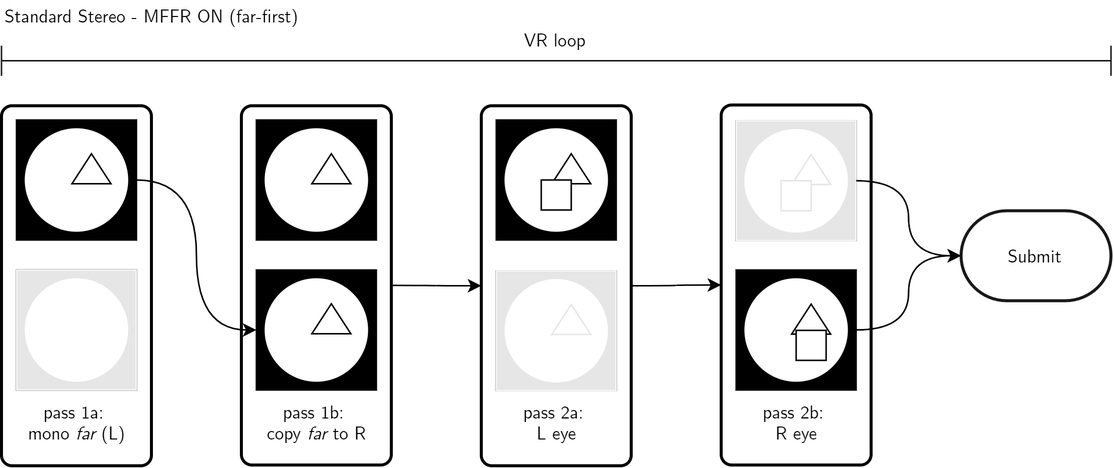
Earlier version of the draw.io export Thesis/pictures/MFFR_farfirst.png (HavocInferno/VulCulling_Doc). Source tidied: cells renumbered, new cells last; positions are measured from the earlier drawing's top-left corner, leaving out a move shared by most shapes.
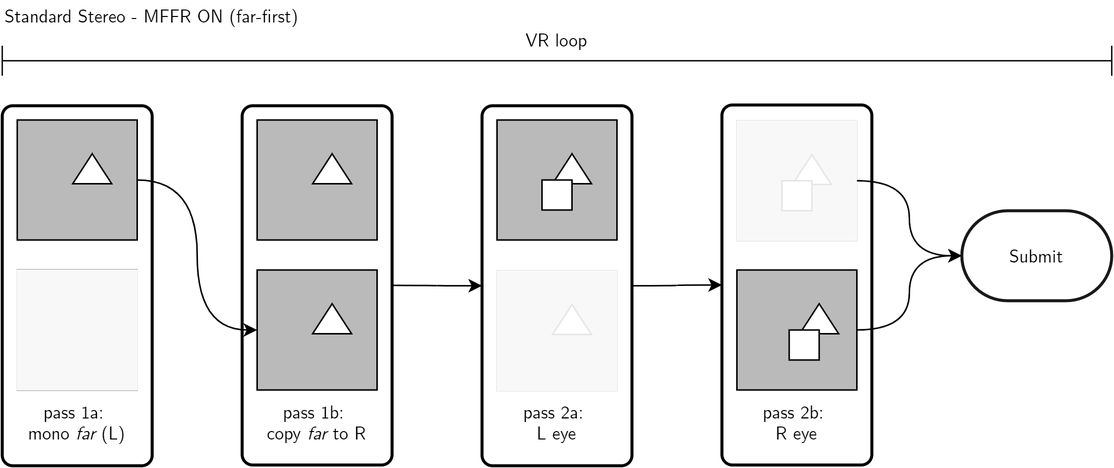
After the change.

Commit message:
update/fix MFFR/MView flowcharts

Diff of the diagram source:
```diff
@@ -17,140 +17,148 @@
     <mxCell id="6" style="group;" parent="5" vertex="1">
       <mxGeometry x="10" y="9.5" width="80" height="80" as="geometry" />
     </mxCell>
-    <mxCell id="7" style="whiteSpace=wrap;html=1;fillColor=#000000;" parent="6" vertex="1">
+    <mxCell id="7" style="whiteSpace=wrap;html=1;fillColor=#BABABA;" parent="6" vertex="1">
       <mxGeometry width="80" height="80" as="geometry" />
     </mxCell>
-    <mxCell id="8" style="ellipse;whiteSpace=wrap;html=1;fillColor=#FFFFFF;" parent="6" vertex="1">
-      <mxGeometry x="5" y="5" width="70" height="70" as="geometry" />
+    <mxCell id="8" style="triangle;whiteSpace=wrap;html=1;fillColor=#FFFFFF;rotation=-90;" parent="6" vertex="1">
+      <mxGeometry x="40" y="19.5" width="20" height="26" as="geometry" />
     </mxCell>
-    <mxCell id="9" style="triangle;whiteSpace=wrap;html=1;fillColor=#FFFFFF;rotation=-90;" parent="6" vertex="1">
-      <mxGeometry x="40" y="19.5" width="20" height="26" as="geometry" />
+    <mxCell id="9" value="&lt;font face=&quot;Computer Modern&quot;&gt;&lt;br&gt;&lt;br&gt;&lt;br&gt;&lt;br&gt;&lt;br&gt;&lt;br&gt;&lt;br&gt;&lt;br&gt;&lt;br&gt;&lt;br&gt;&lt;br&gt;&lt;br&gt;&lt;br&gt;pass 1a:&amp;nbsp;&lt;br&gt;mono &lt;i&gt;far&lt;/i&gt; (L)&lt;/font&gt;" style="rounded=1;whiteSpace=wrap;html=1;absoluteArcSize=1;arcSize=14;strokeWidth=2;" parent="2" vertex="1">
+      <mxGeometry y="70" width="100" height="240" as="geometry" />
     </mxCell>
-    <mxCell id="10" value="&lt;font face=&quot;Computer Modern&quot;&gt;&lt;br&gt;&lt;br&gt;&lt;br&gt;&lt;br&gt;&lt;br&gt;&lt;br&gt;&lt;br&gt;&lt;br&gt;&lt;br&gt;&lt;br&gt;&lt;br&gt;&lt;br&gt;&lt;br&gt;pass 1a:&amp;nbsp;&lt;br&gt;mono &lt;i&gt;far&lt;/i&gt; (L)&lt;/font&gt;" style="rounded=1;whiteSpace=wrap;html=1;absoluteArcSize=1;arcSize=14;strokeWidth=2;" parent="2" vertex="1">
-      <mxGeometry y="70" width="100" height="240" as="geometry" />
+    <mxCell id="10" style="group;" parent="2" vertex="1">
+      <mxGeometry x="10" y="79.5" width="80" height="80" as="geometry" />
     </mxCell>
-    <mxCell id="11" style="group;" parent="2" vertex="1">
-      <mxGeometry x="10" y="79.5" width="80" height="80" as="geometry" />
+    <mxCell id="11" style="whiteSpace=wrap;html=1;fillColor=#BABABA;" parent="10" vertex="1">
+      <mxGeometry width="80" height="80" as="geometry" />
     </mxCell>
-    <mxCell id="12" style="whiteSpace=wrap;html=1;fillColor=#000000;" parent="11" vertex="1">
-      <mxGeometry width="80" height="80" as="geometry" />
+    <mxCell id="12" style="triangle;whiteSpace=wrap;html=1;fillColor=#FFFFFF;rotation=-90;" parent="10" vertex="1">
+      <mxGeometry x="40" y="19.5" width="20" height="26" as="geometry" />
     </mxCell>
-    <mxCell id="13" style="ellipse;whiteSpace=wrap;html=1;fillColor=#FFFFFF;" parent="11" vertex="1">
-      <mxGeometry x="5" y="5" width="70" height="70" as="geometry" />
+    <mxCell id="13" style="edgeStyle=orthogonalEdgeStyle;curved=1;rounded=0;jettySize=auto;html=1;exitX=1;exitY=0.5;exitDx=0;exitDy=0;entryX=0;entryY=0.5;entryDx=0;entryDy=0;" parent="2" edge="1" source="11" target="52">
+      <mxGeometry relative="1" as="geometry" />
     </mxCell>
-    <mxCell id="14" style="triangle;whiteSpace=wrap;html=1;fillColor=#FFFFFF;rotation=-90;" parent="11" vertex="1">
-      <mxGeometry x="40" y="19.5" width="20" height="26" as="geometry" />
+    <mxCell id="14" value="&lt;font face=&quot;Computer Modern&quot;&gt;&lt;br&gt;&lt;br&gt;&lt;br&gt;&lt;br&gt;&lt;br&gt;&lt;br&gt;&lt;br&gt;&lt;br&gt;&lt;br&gt;&lt;br&gt;&lt;br&gt;&lt;br&gt;&lt;br&gt;pass 2a:&amp;nbsp;&lt;br&gt;L eye&lt;/font&gt;" style="rounded=1;whiteSpace=wrap;html=1;absoluteArcSize=1;arcSize=14;strokeWidth=2;" parent="2" vertex="1">
+      <mxGeometry x="320" y="70" width="100" height="240" as="geometry" />
     </mxCell>
     <mxCell id="15" style="group;" parent="2" vertex="1">
-      <mxGeometry x="170" y="179.5" width="80" height="80" as="geometry" />
+      <mxGeometry x="330" y="79.5" width="80" height="80" as="geometry" />
     </mxCell>
-    <mxCell id="16" style="whiteSpace=wrap;html=1;fillColor=#000000;" parent="15" vertex="1">
+    <mxCell id="16" style="whiteSpace=wrap;html=1;fillColor=#BABABA;" parent="15" vertex="1">
       <mxGeometry width="80" height="80" as="geometry" />
     </mxCell>
-    <mxCell id="17" style="ellipse;whiteSpace=wrap;html=1;fillColor=#FFFFFF;" parent="15" vertex="1">
-      <mxGeometry x="5" y="5" width="70" height="70" as="geometry" />
+    <mxCell id="17" style="triangle;whiteSpace=wrap;html=1;fillColor=#FFFFFF;rotation=-90;" parent="15" vertex="1">
+      <mxGeometry x="40" y="19.5" width="20" height="26" as="geometry" />
     </mxCell>
-    <mxCell id="18" style="triangle;whiteSpace=wrap;html=1;fillColor=#FFFFFF;rotation=-90;" parent="15" vertex="1">
-      <mxGeometry x="40" y="19.5" width="20" height="26" as="geometry" />
+    <mxCell id="18" style="whiteSpace=wrap;html=1;fillColor=#FFFFFF;" parent="15" vertex="1">
+      <mxGeometry x="30" y="40" width="20" height="20" as="geometry" />
     </mxCell>
-    <mxCell id="19" style="edgeStyle=orthogonalEdgeStyle;curved=1;rounded=0;jettySize=auto;html=1;exitX=1;exitY=0.5;exitDx=0;exitDy=0;entryX=0;entryY=0.5;entryDx=0;entryDy=0;" parent="2" edge="1" source="12" target="16">
-      <mxGeometry relative="1" as="geometry" />
+    <mxCell id="19" value="&lt;font face=&quot;Computer Modern&quot;&gt;&lt;br&gt;&lt;br&gt;&lt;br&gt;&lt;br&gt;&lt;br&gt;&lt;br&gt;&lt;br&gt;&lt;br&gt;&lt;br&gt;&lt;br&gt;&lt;br&gt;&lt;br&gt;&lt;br&gt;pass 2b:&amp;nbsp;&lt;br&gt;R eye&lt;/font&gt;" style="rounded=1;whiteSpace=wrap;html=1;absoluteArcSize=1;arcSize=14;strokeWidth=2;" parent="2" vertex="1">
+      <mxGeometry x="480" y="69.5" width="100" height="240" as="geometry" />
     </mxCell>
-    <mxCell id="20" value="&lt;font face=&quot;Computer Modern&quot;&gt;&lt;br&gt;&lt;br&gt;&lt;br&gt;&lt;br&gt;&lt;br&gt;&lt;br&gt;&lt;br&gt;&lt;br&gt;&lt;br&gt;&lt;br&gt;&lt;br&gt;&lt;br&gt;&lt;br&gt;pass 2a:&amp;nbsp;&lt;br&gt;L eye&lt;/font&gt;" style="rounded=1;whiteSpace=wrap;html=1;absoluteArcSize=1;arcSize=14;strokeWidth=2;" parent="2" vertex="1">
-      <mxGeometry x="320" y="70" width="100" height="240" as="geometry" />
+    <mxCell id="20" style="group;" parent="2" vertex="1">
+      <mxGeometry x="490" y="179.5" width="80" height="80" as="geometry" />
     </mxCell>
-    <mxCell id="21" style="group;" parent="2" vertex="1">
-      <mxGeometry x="330" y="79.5" width="80" height="80" as="geometry" />
+    <mxCell id="21" style="whiteSpace=wrap;html=1;fillColor=#BABABA;" parent="20" vertex="1">
+      <mxGeometry width="80" height="80" as="geometry" />
     </mxCell>
-    <mxCell id="22" style="whiteSpace=wrap;html=1;fillColor=#000000;" parent="21" vertex="1">
-      <mxGeometry width="80" height="80" as="geometry" />
+    <mxCell id="22" style="triangle;whiteSpace=wrap;html=1;fillColor=#FFFFFF;rotation=-90;" parent="20" vertex="1">
+      <mxGeometry x="44.9" y="19.5" width="20" height="26" as="geometry" />
     </mxCell>
-    <mxCell id="23" style="ellipse;whiteSpace=wrap;html=1;fillColor=#FFFFFF;" parent="21" vertex="1">
-      <mxGeometry x="5" y="5" width="70" height="70" as="geometry" />
+    <mxCell id="23" style="whiteSpace=wrap;html=1;fillColor=#FFFFFF;" parent="20" vertex="1">
+      <mxGeometry x="34.9" y="40" width="20" height="20" as="geometry" />
     </mxCell>
-    <mxCell id="24" style="triangle;whiteSpace=wrap;html=1;fillColor=#FFFFFF;rotation=-90;" parent="21" vertex="1">
-      <mxGeometry x="40" y="19.5" width="20" height="26" as="geometry" />
+    <mxCell id="24" style="edgeStyle=orthogonalEdgeStyle;curved=1;rounded=0;jettySize=auto;html=1;exitX=1;exitY=0.5;exitDx=0;exitDy=0;entryX=0;entryY=0.5;entryDx=0;entryDy=0;" parent="2" edge="1" source="4" target="14">
+      <mxGeometry relative="1" as="geometry" />
     </mxCell>
-    <mxCell id="25" style="whiteSpace=wrap;html=1;fillColor=#FFFFFF;" parent="21" vertex="1">
-      <mxGeometry x="30" y="40" width="20" height="20" as="geometry" />
+    <mxCell id="25" style="edgeStyle=orthogonalEdgeStyle;curved=1;rounded=0;jettySize=auto;html=1;exitX=1;exitY=0.5;exitDx=0;exitDy=0;entryX=0;entryY=0.5;entryDx=0;entryDy=0;" parent="2" edge="1" source="14" target="19">
+      <mxGeometry relative="1" as="geometry" />
     </mxCell>
-    <mxCell id="26" value="&lt;font face=&quot;Computer Modern&quot;&gt;&lt;br&gt;&lt;br&gt;&lt;br&gt;&lt;br&gt;&lt;br&gt;&lt;br&gt;&lt;br&gt;&lt;br&gt;&lt;br&gt;&lt;br&gt;&lt;br&gt;&lt;br&gt;&lt;br&gt;pass 2b:&amp;nbsp;&lt;br&gt;R eye&lt;/font&gt;" style="rounded=1;whiteSpace=wrap;html=1;absoluteArcSize=1;arcSize=14;strokeWidth=2;" parent="2" vertex="1">
-      <mxGeometry x="480" y="69.5" width="100" height="240" as="geometry" />
+    <mxCell id="26" style="whiteSpace=wrap;html=1;fillColor=#000000;" parent="2" vertex="1">
+      <mxGeometry x="10" y="179.5" width="80" height="80" as="geometry" />
     </mxCell>
-    <mxCell id="27" style="group;" parent="2" vertex="1">
-      <mxGeometry x="490" y="179.5" width="80" height="80" as="geometry" />
+    <mxCell id="27" style="ellipse;whiteSpace=wrap;html=1;fillColor=#FFFFFF;" parent="2" vertex="1">
+      <mxGeometry x="15" y="184.5" width="70" height="70" as="geometry" />
     </mxCell>
-    <mxCell id="28" style="whiteSpace=wrap;html=1;fillColor=#000000;" parent="27" vertex="1">
-      <mxGeometry width="80" height="80" as="geometry" />
+    <mxCell id="28" style="whiteSpace=wrap;html=1;fillColor=#FFFFFF;opacity=90;strokeColor=#FFFFFF;" parent="2" vertex="1">
+      <mxGeometry x="10" y="179.5" width="80" height="80" as="geometry" />
     </mxCell>
-    <mxCell id="29" style="ellipse;whiteSpace=wrap;html=1;fillColor=#FFFFFF;" parent="27" vertex="1">
-      <mxGeometry x="5" y="5" width="70" height="70" as="geometry" />
+    <mxCell id="29" style="group;" parent="2" vertex="1">
+      <mxGeometry x="330" y="180" width="80" height="80" as="geometry" />
     </mxCell>
-    <mxCell id="30" style="triangle;whiteSpace=wrap;html=1;fillColor=#FFFFFF;rotation=-90;" parent="27" vertex="1">
-      <mxGeometry x="40" y="19.8" width="20" height="26" as="geometry" />
+    <mxCell id="30" style="whiteSpace=wrap;html=1;fillColor=#000000;" parent="29" vertex="1">
+      <mxGeometry width="80" height="80" as="geometry" />
     </mxCell>
-    <mxCell id="31" style="whiteSpace=wrap;html=1;fillColor=#FFFFFF;" parent="27" vertex="1">
-      <mxGeometry x="40" y="40.2" width="20" height="20" as="geometry" />
+    <mxCell id="31" style="ellipse;whiteSpace=wrap;html=1;fillColor=#FFFFFF;" parent="29" vertex="1">
+      <mxGeometry x="5" y="5" width="70" height="70" as="geometry" />
     </mxCell>
-    <mxCell id="32" style="edgeStyle=orthogonalEdgeStyle;curved=1;rounded=0;jettySize=auto;html=1;exitX=1;exitY=0.5;exitDx=0;exitDy=0;entryX=0;entryY=0.5;entryDx=0;entryDy=0;" parent="2" edge="1" source="4" target="20">
-      <mxGeometry relative="1" as="geometry" />
+    <mxCell id="32" style="triangle;whiteSpace=wrap;html=1;fillColor=#FFFFFF;rotation=-90;" parent="29" vertex="1">
+      <mxGeometry x="40" y="19.5" width="20" height="26" as="geometry" />
     </mxCell>
-    <mxCell id="33" style="edgeStyle=orthogonalEdgeStyle;curved=1;rounded=0;jettySize=auto;html=1;exitX=1;exitY=0.5;exitDx=0;exitDy=0;entryX=0;entryY=0.5;entryDx=0;entryDy=0;" parent="2" edge="1" source="20" target="26">
-      <mxGeometry relative="1" as="geometry" />
+    <mxCell id="33" style="whiteSpace=wrap;html=1;fillColor=#FFFFFF;opacity=90;strokeColor=#FFFFFF;" parent="29" vertex="1">
+      <mxGeometry width="80" height="80" as="geometry" />
     </mxCell>
-    <mxCell id="34" style="whiteSpace=wrap;html=1;fillColor=#000000;" parent="2" vertex="1">
-      <mxGeometry x="10" y="179.5" width="80" height="80" as="geometry" />
+    <mxCell id="34" style="group;" parent="29" vertex="1">
+      <mxGeometry width="80" height="80" as="geometry" />
     </mxCell>
-    <mxCell id="35" style="ellipse;whiteSpace=wrap;html=1;fillColor=#FFFFFF;" parent="2" vertex="1">
-      <mxGeometry x="15" y="184.5" width="70" height="70" as="geometry" />
+    <mxCell id="35" style="group;" parent="34" vertex="1">
+      <mxGeometry width="80" height="80" as="geometry" />
     </mxCell>
-    <mxCell id="36" style="whiteSpace=wrap;html=1;fillColor=#FFFFFF;opacity=90;strokeColor=#FFFFFF;" parent="2" vertex="1">
-      <mxGeometry x="10" y="179.5" width="80" height="80" as="geometry" />
+    <mxCell id="36" style="whiteSpace=wrap;html=1;fillColor=#BABABA;" parent="35" vertex="1">
+      <mxGeometry width="80" height="80" as="geometry" />
     </mxCell>
-    <mxCell id="37" style="group;" parent="2" vertex="1">
-      <mxGeometry x="330" y="180" width="80" height="80" as="geometry" />
+    <mxCell id="37" style="triangle;whiteSpace=wrap;html=1;fillColor=#FFFFFF;rotation=-90;" parent="35" vertex="1">
+      <mxGeometry x="40" y="19.5" width="20" height="26" as="geometry" />
     </mxCell>
-    <mxCell id="38" style="whiteSpace=wrap;html=1;fillColor=#000000;" parent="37" vertex="1">
+    <mxCell id="38" style="whiteSpace=wrap;html=1;fillColor=#FFFFFF;opacity=90;strokeColor=#FFFFFF;" parent="35" vertex="1">
       <mxGeometry width="80" height="80" as="geometry" />
     </mxCell>
-    <mxCell id="39" style="ellipse;whiteSpace=wrap;html=1;fillColor=#FFFFFF;" parent="37" vertex="1">
-      <mxGeometry x="5" y="5" width="70" height="70" as="geometry" />
+    <mxCell id="39" style="group;" parent="2" vertex="1">
+      <mxGeometry x="490" y="80" width="80" height="80" as="geometry" />
     </mxCell>
-    <mxCell id="40" style="triangle;whiteSpace=wrap;html=1;fillColor=#FFFFFF;rotation=-90;" parent="37" vertex="1">
-      <mxGeometry x="40" y="19.5" width="20" height="26" as="geometry" />
+    <mxCell id="40" style="whiteSpace=wrap;html=1;fillColor=#BABABA;" parent="39" vertex="1">
+      <mxGeometry width="80" height="80" as="geometry" />
     </mxCell>
-    <mxCell id="41" style="whiteSpace=wrap;html=1;fillColor=#FFFFFF;opacity=90;strokeColor=#FFFFFF;" parent="37" vertex="1">
-      <mxGeometry width="80" height="80" as="geometry" />
+    <mxCell id="41" style="triangle;whiteSpace=wrap;html=1;fillColor=#FFFFFF;rotation=-90;" parent="39" vertex="1">
+      <mxGeometry x="40" y="19.5" width="20" height="26" as="geometry" />
     </mxCell>
-    <mxCell id="42" style="group;" parent="2" vertex="1">
-      <mxGeometry x="490" y="80" width="80" height="80" as="geometry" />
+    <mxCell id="42" style="whiteSpace=wrap;html=1;fillColor=#FFFFFF;" parent="39" vertex="1">
+      <mxGeometry x="30" y="40" width="20" height="20" as="geometry" />
     </mxCell>
-    <mxCell id="43" style="whiteSpace=wrap;html=1;fillColor=#000000;" parent="42" vertex="1">
+    <mxCell id="43" style="whiteSpace=wrap;html=1;fillColor=#FFFFFF;opacity=90;strokeColor=#FFFFFF;" parent="39" vertex="1">
       <mxGeometry width="80" height="80" as="geometry" />
     </mxCell>
-    <mxCell id="44" style="ellipse;whiteSpace=wrap;html=1;fillColor=#FFFFFF;" parent="42" vertex="1">
-      <mxGeometry x="5" y="5" width="70" height="70" as="geometry" />
+    <mxCell id="44" value="&lt;font face=&quot;Computer Modern&quot;&gt;Submit&lt;/font&gt;" style="strokeWidth=2;html=1;shape=mxgraph.flowchart.terminator;whiteSpace=wrap;fillColor=#FFFFFF;opacity=90;" parent="2" vertex="1">
+      <mxGeometry x="640" y="140" width="100" height="60" as="geometry" />
     </mxCell>
-    <mxCell id="45" style="triangle;whiteSpace=wrap;html=1;fillColor=#FFFFFF;rotation=-90;" parent="42" vertex="1">
-      <mxGeometry x="40" y="19.5" width="20" height="26" as="geometry" />
+    <mxCell id="45" style="edgeStyle=orthogonalEdgeStyle;curved=1;rounded=0;jettySize=auto;html=1;exitX=1;exitY=0.5;exitDx=0;exitDy=0;entryX=0;entryY=0.5;entryDx=0;entryDy=0;entryPerimeter=0;" parent="2" edge="1" source="21" target="44">
+      <mxGeometry relative="1" as="geometry" />
     </mxCell>
-    <mxCell id="46" style="whiteSpace=wrap;html=1;fillColor=#FFFFFF;" parent="42" vertex="1">
-      <mxGeometry x="30" y="40" width="20" height="20" as="geometry" />
+    <mxCell id="46" value="&lt;font face=&quot;Computer Modern&quot;&gt;VR loop&lt;br&gt;&lt;br&gt;&lt;br&gt;&lt;/font&gt;" style="shape=crossbar;whiteSpace=wrap;html=1;rounded=1;strokeColor=#000000;fillColor=#000000;opacity=90;" parent="2" vertex="1">
+      <mxGeometry y="30" width="740" height="20" as="geometry" />
     </mxCell>
-    <mxCell id="47" style="whiteSpace=wrap;html=1;fillColor=#FFFFFF;opacity=90;strokeColor=#FFFFFF;" parent="42" vertex="1">
-      <mxGeometry width="80" height="80" as="geometry" />
+    <mxCell id="47" style="edgeStyle=orthogonalEdgeStyle;curved=1;rounded=0;jettySize=auto;html=1;exitX=1;exitY=0.5;exitDx=0;exitDy=0;entryX=0;entryY=0.5;entryDx=0;entryDy=0;entryPerimeter=0;sourcePerimeterSpacing=7;strokeColor=#000000;strokeWidth=1;" parent="2" edge="1" target="44">
+      <mxGeometry relative="1" as="geometry">
+        <mxPoint x="570" y="120" as="sourcePoint" />
+      </mxGeometry>
     </mxCell>
-    <mxCell id="48" value="&lt;font face=&quot;Computer Modern&quot;&gt;Submit&lt;/font&gt;" style="strokeWidth=2;html=1;shape=mxgraph.flowchart.terminator;whiteSpace=wrap;fillColor=#FFFFFF;opacity=90;" parent="2" vertex="1">
-      <mxGeometry x="640" y="140" width="100" height="60" as="geometry" />
+    <mxCell id="48" style="group;" parent="2" vertex="1">
+      <mxGeometry x="10" y="179.5" width="80" height="80" as="geometry" />
     </mxCell>
-    <mxCell id="49" style="edgeStyle=orthogonalEdgeStyle;curved=1;rounded=0;jettySize=auto;html=1;exitX=1;exitY=0.5;exitDx=0;exitDy=0;entryX=0;entryY=0.5;entryDx=0;entryDy=0;entryPerimeter=0;" parent="2" edge="1" source="28" target="48">
-      <mxGeometry relative="1" as="geometry" />
+    <mxCell id="49" style="whiteSpace=wrap;html=1;fillColor=#BABABA;" parent="48" vertex="1">
+      <mxGeometry width="80" height="80" as="geometry" />
     </mxCell>
-    <mxCell id="50" value="&lt;font face=&quot;Computer Modern&quot;&gt;VR loop&lt;br&gt;&lt;br&gt;&lt;br&gt;&lt;/font&gt;" style="shape=crossbar;whiteSpace=wrap;html=1;rounded=1;strokeColor=#000000;fillColor=#000000;opacity=90;" parent="2" vertex="1">
-      <mxGeometry y="30" width="740" height="20" as="geometry" />
+    <mxCell id="50" style="whiteSpace=wrap;html=1;fillColor=#FFFFFF;opacity=90;strokeColor=#FFFFFF;" parent="48" vertex="1">
+      <mxGeometry width="80" height="80" as="geometry" />
     </mxCell>
-    <mxCell id="51" style="edgeStyle=orthogonalEdgeStyle;curved=1;rounded=0;jettySize=auto;html=1;exitX=1;exitY=0.5;exitDx=0;exitDy=0;entryX=0;entryY=0.5;entryDx=0;entryDy=0;entryPerimeter=0;sourcePerimeterSpacing=7;strokeColor=#000000;strokeWidth=1;" parent="2" edge="1" source="47" target="48">
-      <mxGeometry relative="1" as="geometry" />
+    <mxCell id="51" style="group;" parent="2" vertex="1">
+      <mxGeometry x="170" y="179.5" width="80" height="80" as="geometry" />
     </mxCell>
+    <mxCell id="52" style="whiteSpace=wrap;html=1;fillColor=#BABABA;" parent="51" vertex="1">
+      <mxGeometry width="80" height="80" as="geometry" />
+    </mxCell>
+    <mxCell id="53" style="triangle;whiteSpace=wrap;html=1;fillColor=#FFFFFF;rotation=-90;" parent="51" vertex="1">
+      <mxGeometry x="40" y="19.5" width="20" height="26" as="geometry" />
+    </mxCell>
   </root>
 </mxGraphModel>
```
